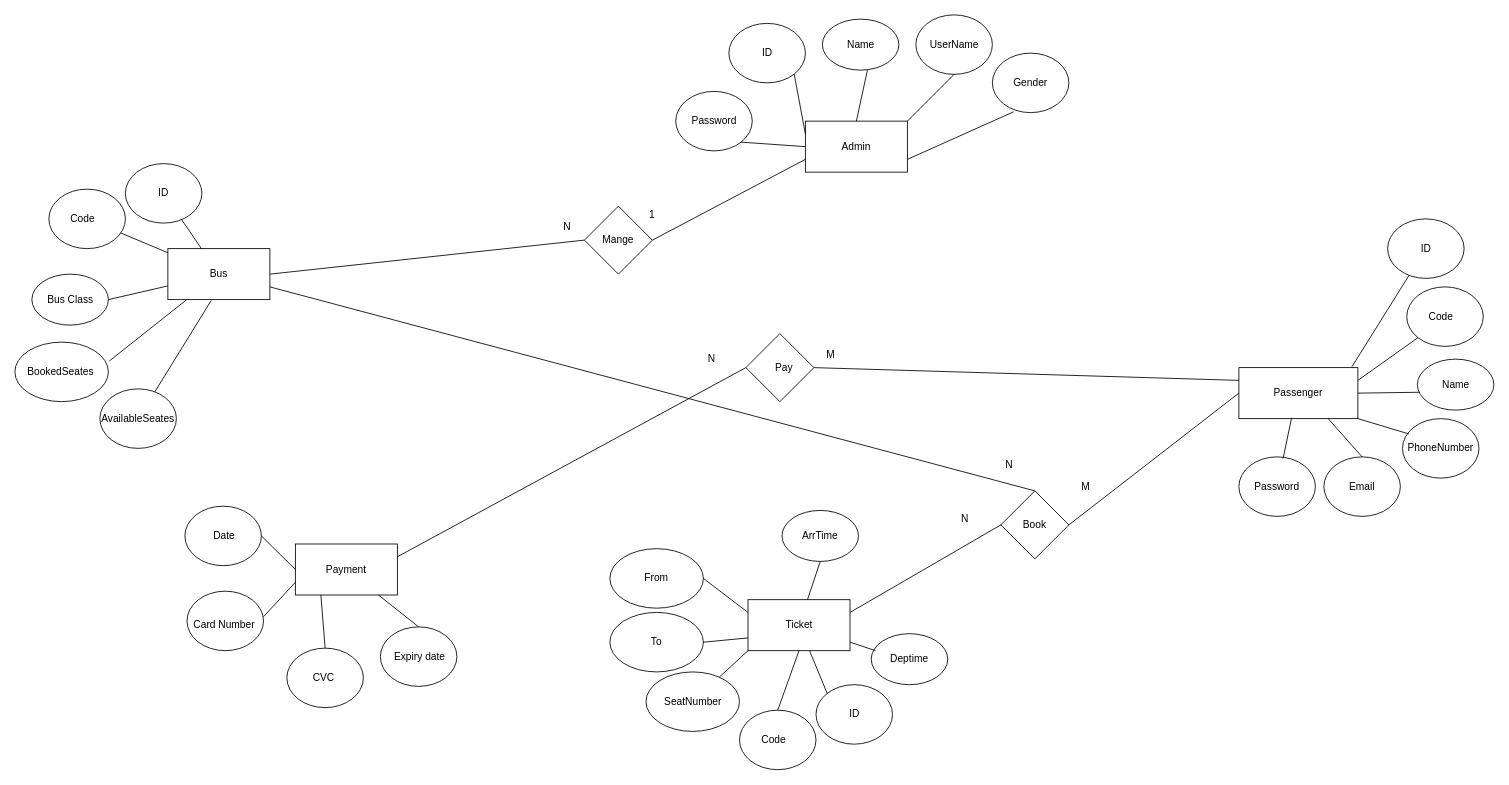
Earlier version of the draw.io diagram project/erd/new erd.drawio (MahmoudKhaled007/GoBus). Source tidied: cells renumbered, new cells numbered last; positions are measured from the earlier drawing's top-left corner, leaving out a move shared by most shapes. Both pictures are drawn from the tidied source at 85%, with x=0, y=0 at pixel (14, 14).
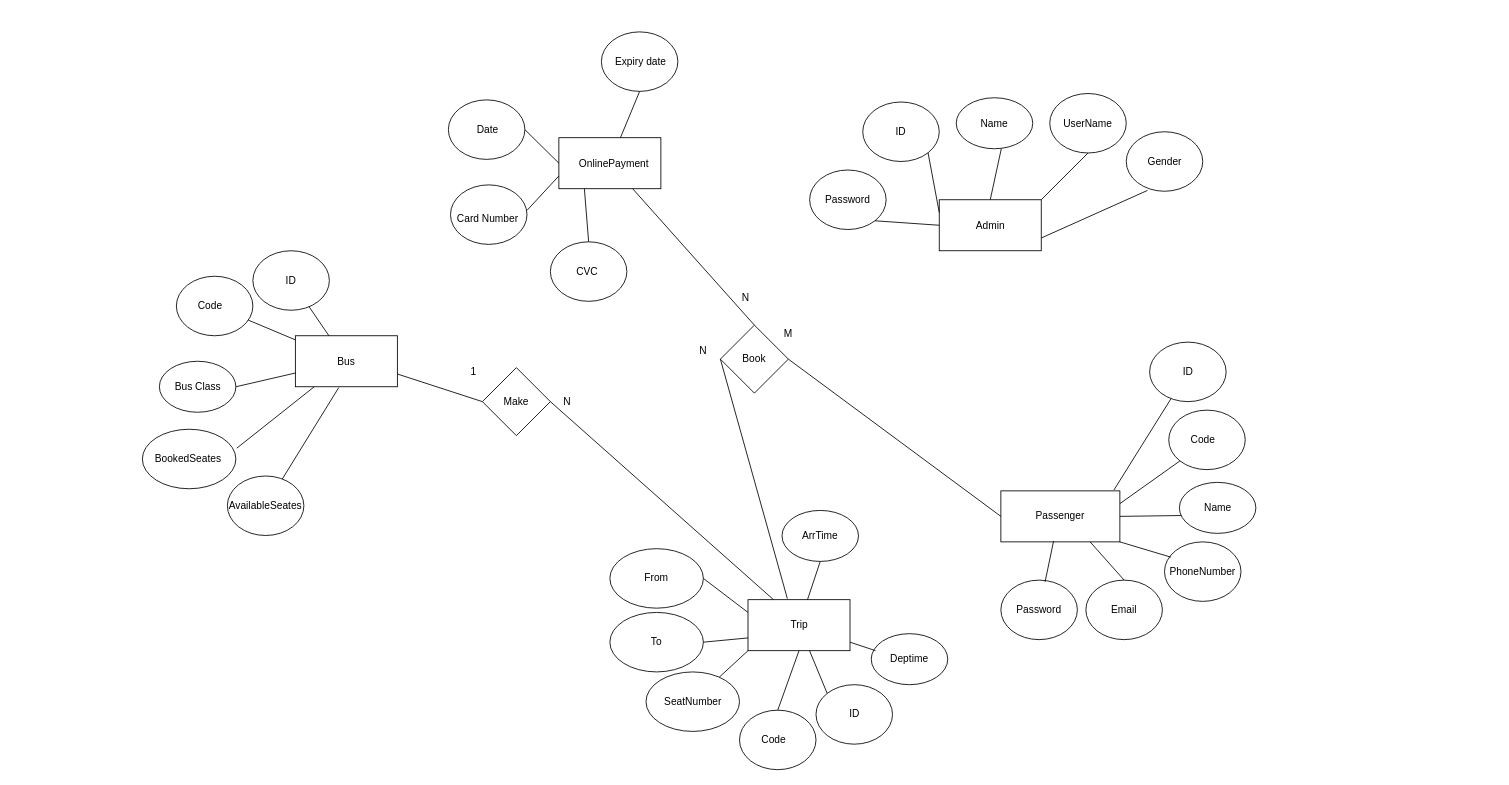
The same diagram, later.

Commit message (it also covers changes not shown here):
finall database and erd

The change refers to these unchanged cells:
```xml
<mxCell id="5" style="rounded=0;whiteSpace=wrap;html=1;" parent="1" vertex="1">
  <mxGeometry x="862.5" y="688" width="120" height="60" as="geometry" />
</mxCell>
```

What changed in the source:
```diff
@@
     <mxCell id="2" style="rounded=0;whiteSpace=wrap;html=1;" parent="1" vertex="1">
-      <mxGeometry x="930" y="125" width="120" height="60" as="geometry" />
+      <mxGeometry x="1087.5" y="217.5" width="120" height="60" as="geometry" />
     </mxCell>
     <mxCell id="3" style="rounded=0;whiteSpace=wrap;html=1;" parent="1" vertex="1">
-      <mxGeometry x="180" y="275" width="120" height="60" as="geometry" />
+      <mxGeometry x="330" y="377.5" width="120" height="60" as="geometry" />
     </mxCell>
     <mxCell id="4" style="rounded=0;whiteSpace=wrap;html=1;" parent="1" vertex="1">
-      <mxGeometry x="1440" y="415" width="140" height="60" as="geometry" />
+      <mxGeometry x="1160" y="560" width="140" height="60" as="geometry" />
     </mxCell>
@@
     <mxCell id="6" value="Bus&lt;br&gt;" style="text;html=1;strokeColor=none;fillColor=none;align=center;verticalAlign=middle;whiteSpace=wrap;rounded=0;" parent="1" vertex="1">
-      <mxGeometry x="220" y="295" width="40" height="20" as="geometry" />
+      <mxGeometry x="370" y="397.5" width="40" height="20" as="geometry" />
     </mxCell>
     <mxCell id="7" value="Passenger&lt;br&gt;" style="text;html=1;strokeColor=none;fillColor=none;align=center;verticalAlign=middle;whiteSpace=wrap;rounded=0;" parent="1" vertex="1">
-      <mxGeometry x="1490" y="435" width="40" height="20" as="geometry" />
+      <mxGeometry x="1210" y="580" width="40" height="20" as="geometry" />
     </mxCell>
     <mxCell id="8" value="Admin&lt;br&gt;" style="text;html=1;strokeColor=none;fillColor=none;align=center;verticalAlign=middle;whiteSpace=wrap;rounded=0;" parent="1" vertex="1">
-      <mxGeometry x="970" y="145" width="40" height="20" as="geometry" />
+      <mxGeometry x="1127.5" y="237.5" width="40" height="20" as="geometry" />
     </mxCell>
-    <mxCell id="9" value="Ticket&lt;br&gt;" style="text;html=1;strokeColor=none;fillColor=none;align=center;verticalAlign=middle;whiteSpace=wrap;rounded=0;" parent="1" vertex="1">
-      <mxGeometry x="902.5" y="708" width="40" height="20" as="geometry" />
-    </mxCell>
     <mxCell id="10" style="ellipse;whiteSpace=wrap;html=1;" parent="1" vertex="1">
-      <mxGeometry y="385" width="110" height="70" as="geometry" />
+      <mxGeometry x="150" y="487.5" width="110" height="70" as="geometry" />
     </mxCell>
     <mxCell id="11" style="ellipse;whiteSpace=wrap;html=1;" parent="1" vertex="1">
-      <mxGeometry x="20" y="305" width="90" height="60" as="geometry" />
+      <mxGeometry x="170" y="407.5" width="90" height="60" as="geometry" />
     </mxCell>
     <mxCell id="12" style="ellipse;whiteSpace=wrap;html=1;" parent="1" vertex="1">
-      <mxGeometry x="40" y="205" width="90" height="70" as="geometry" />
+      <mxGeometry x="190" y="307.5" width="90" height="70" as="geometry" />
     </mxCell>
     <mxCell id="13" style="ellipse;whiteSpace=wrap;html=1;" parent="1" vertex="1">
-      <mxGeometry x="130" y="175" width="90" height="70" as="geometry" />
+      <mxGeometry x="280" y="277.5" width="90" height="70" as="geometry" />
     </mxCell>
     <mxCell id="14" value="ID" style="text;html=1;strokeColor=none;fillColor=none;align=center;verticalAlign=middle;whiteSpace=wrap;rounded=0;" parent="1" vertex="1">
-      <mxGeometry x="155" y="200" width="40" height="20" as="geometry" />
+      <mxGeometry x="305" y="302.5" width="40" height="20" as="geometry" />
     </mxCell>
     <mxCell id="15" value="Code" style="text;html=1;strokeColor=none;fillColor=none;align=center;verticalAlign=middle;whiteSpace=wrap;rounded=0;" parent="1" vertex="1">
-      <mxGeometry x="60" y="230" width="40" height="20" as="geometry" />
+      <mxGeometry x="210" y="332.5" width="40" height="20" as="geometry" />
     </mxCell>
     <mxCell id="16" value="Bus Class" style="text;html=1;strokeColor=none;fillColor=none;align=center;verticalAlign=middle;whiteSpace=wrap;rounded=0;" parent="1" vertex="1">
-      <mxGeometry x="32.5" y="325" width="65" height="20" as="geometry" />
+      <mxGeometry x="182.5" y="427.5" width="65" height="20" as="geometry" />
     </mxCell>
     <mxCell id="17" value="BookedSeates" style="text;html=1;strokeColor=none;fillColor=none;align=center;verticalAlign=middle;whiteSpace=wrap;rounded=0;" parent="1" vertex="1">
-      <mxGeometry x="9" y="410" width="90" height="20" as="geometry" />
+      <mxGeometry x="159" y="512.5" width="90" height="20" as="geometry" />
     </mxCell>
     <mxCell id="18" style="ellipse;whiteSpace=wrap;html=1;" parent="1" vertex="1">
-      <mxGeometry x="100" y="440" width="90" height="70" as="geometry" />
+      <mxGeometry x="250" y="542.5" width="90" height="70" as="geometry" />
     </mxCell>
     <mxCell id="19" value="AvailableSeates" style="text;html=1;strokeColor=none;fillColor=none;align=center;verticalAlign=middle;whiteSpace=wrap;rounded=0;" parent="1" vertex="1">
-      <mxGeometry x="100" y="465" width="90" height="20" as="geometry" />
+      <mxGeometry x="250" y="567.5" width="90" height="20" as="geometry" />
     </mxCell>
@@
     <mxCell id="25" style="ellipse;whiteSpace=wrap;html=1;" parent="1" vertex="1">
-      <mxGeometry x="1650" y="405" width="90" height="60" as="geometry" />
+      <mxGeometry x="1370" y="550" width="90" height="60" as="geometry" />
     </mxCell>
     <mxCell id="26" style="ellipse;whiteSpace=wrap;html=1;" parent="1" vertex="1">
-      <mxGeometry x="1637.5" y="320" width="90" height="70" as="geometry" />
+      <mxGeometry x="1357.5" y="465" width="90" height="70" as="geometry" />
     </mxCell>
     <mxCell id="27" style="ellipse;whiteSpace=wrap;html=1;" parent="1" vertex="1">
-      <mxGeometry x="1615" y="240" width="90" height="70" as="geometry" />
+      <mxGeometry x="1335" y="385" width="90" height="70" as="geometry" />
     </mxCell>
     <mxCell id="28" value="ID" style="text;html=1;strokeColor=none;fillColor=none;align=center;verticalAlign=middle;whiteSpace=wrap;rounded=0;" parent="1" vertex="1">
-      <mxGeometry x="1642.5" y="265" width="35" height="20" as="geometry" />
+      <mxGeometry x="1362.5" y="410" width="35" height="20" as="geometry" />
     </mxCell>
     <mxCell id="29" value="Code" style="text;html=1;strokeColor=none;fillColor=none;align=center;verticalAlign=middle;whiteSpace=wrap;rounded=0;" parent="1" vertex="1">
-      <mxGeometry x="1657.5" y="345" width="40" height="20" as="geometry" />
+      <mxGeometry x="1377.5" y="490" width="40" height="20" as="geometry" />
     </mxCell>
     <mxCell id="30" value="Name" style="text;html=1;strokeColor=none;fillColor=none;align=center;verticalAlign=middle;whiteSpace=wrap;rounded=0;" parent="1" vertex="1">
-      <mxGeometry x="1662.5" y="425" width="65" height="20" as="geometry" />
+      <mxGeometry x="1382.5" y="570" width="65" height="20" as="geometry" />
     </mxCell>
     <mxCell id="31" style="ellipse;whiteSpace=wrap;html=1;" parent="1" vertex="1">
-      <mxGeometry x="1540" y="520" width="90" height="70" as="geometry" />
+      <mxGeometry x="1260" y="665" width="90" height="70" as="geometry" />
     </mxCell>
     <mxCell id="32" value="Email" style="text;html=1;strokeColor=none;fillColor=none;align=center;verticalAlign=middle;whiteSpace=wrap;rounded=0;" parent="1" vertex="1">
-      <mxGeometry x="1540" y="545" width="90" height="20" as="geometry" />
+      <mxGeometry x="1260" y="690" width="90" height="20" as="geometry" />
     </mxCell>
     <mxCell id="33" style="ellipse;whiteSpace=wrap;html=1;" parent="1" vertex="1">
-      <mxGeometry x="1440" y="520" width="90" height="70" as="geometry" />
+      <mxGeometry x="1160" y="665" width="90" height="70" as="geometry" />
     </mxCell>
     <mxCell id="34" value="Password" style="text;html=1;strokeColor=none;fillColor=none;align=center;verticalAlign=middle;whiteSpace=wrap;rounded=0;" parent="1" vertex="1">
-      <mxGeometry x="1440" y="545" width="90" height="20" as="geometry" />
+      <mxGeometry x="1160" y="690" width="90" height="20" as="geometry" />
     </mxCell>
     <mxCell id="35" style="ellipse;whiteSpace=wrap;html=1;" parent="1" vertex="1">
-      <mxGeometry x="1632.5" y="475" width="90" height="70" as="geometry" />
+      <mxGeometry x="1352.5" y="620" width="90" height="70" as="geometry" />
     </mxCell>
     <mxCell id="36" value="PhoneNumber" style="text;html=1;strokeColor=none;fillColor=none;align=center;verticalAlign=middle;whiteSpace=wrap;rounded=0;" parent="1" vertex="1">
-      <mxGeometry x="1645" y="500" width="65" height="20" as="geometry" />
+      <mxGeometry x="1365" y="645" width="65" height="20" as="geometry" />
     </mxCell>
@@
     <mxCell id="55" style="ellipse;whiteSpace=wrap;html=1;" parent="1" vertex="1">
-      <mxGeometry x="950" y="5" width="90" height="60" as="geometry" />
+      <mxGeometry x="1107.5" y="97.5" width="90" height="60" as="geometry" />
     </mxCell>
     <mxCell id="56" style="ellipse;whiteSpace=wrap;html=1;" parent="1" vertex="1">
-      <mxGeometry x="840" y="10" width="90" height="70" as="geometry" />
+      <mxGeometry x="997.5" y="102.5" width="90" height="70" as="geometry" />
     </mxCell>
     <mxCell id="57" value="ID" style="text;html=1;strokeColor=none;fillColor=none;align=center;verticalAlign=middle;whiteSpace=wrap;rounded=0;" parent="1" vertex="1">
-      <mxGeometry x="867.5" y="35" width="35" height="20" as="geometry" />
+      <mxGeometry x="1025" y="127.5" width="35" height="20" as="geometry" />
     </mxCell>
     <mxCell id="58" value="Name" style="text;html=1;strokeColor=none;fillColor=none;align=center;verticalAlign=middle;whiteSpace=wrap;rounded=0;" parent="1" vertex="1">
-      <mxGeometry x="962.5" y="25" width="65" height="20" as="geometry" />
+      <mxGeometry x="1120" y="117.5" width="65" height="20" as="geometry" />
     </mxCell>
     <mxCell id="59" style="ellipse;whiteSpace=wrap;html=1;" parent="1" vertex="1">
-      <mxGeometry x="1150" y="45" width="90" height="70" as="geometry" />
+      <mxGeometry x="1307.5" y="137.5" width="90" height="70" as="geometry" />
     </mxCell>
     <mxCell id="60" value="Gender" style="text;html=1;strokeColor=none;fillColor=none;align=center;verticalAlign=middle;whiteSpace=wrap;rounded=0;" parent="1" vertex="1">
-      <mxGeometry x="1150" y="70" width="90" height="20" as="geometry" />
+      <mxGeometry x="1307.5" y="162.5" width="90" height="20" as="geometry" />
     </mxCell>
     <mxCell id="61" style="ellipse;whiteSpace=wrap;html=1;" parent="1" vertex="1">
-      <mxGeometry x="777.5" y="90" width="90" height="70" as="geometry" />
+      <mxGeometry x="935" y="182.5" width="90" height="70" as="geometry" />
     </mxCell>
     <mxCell id="62" value="Password" style="text;html=1;strokeColor=none;fillColor=none;align=center;verticalAlign=middle;whiteSpace=wrap;rounded=0;" parent="1" vertex="1">
-      <mxGeometry x="777.5" y="115" width="90" height="20" as="geometry" />
+      <mxGeometry x="935" y="207.5" width="90" height="20" as="geometry" />
     </mxCell>
     <mxCell id="63" style="ellipse;whiteSpace=wrap;html=1;" parent="1" vertex="1">
-      <mxGeometry x="1060" width="90" height="70" as="geometry" />
+      <mxGeometry x="1217.5" y="92.5" width="90" height="70" as="geometry" />
     </mxCell>
     <mxCell id="64" value="UserName" style="text;html=1;strokeColor=none;fillColor=none;align=center;verticalAlign=middle;whiteSpace=wrap;rounded=0;" parent="1" vertex="1">
-      <mxGeometry x="1072.5" y="25" width="65" height="20" as="geometry" />
+      <mxGeometry x="1230" y="117.5" width="65" height="20" as="geometry" />
     </mxCell>
@@
     <mxCell id="70" style="rhombus;whiteSpace=wrap;html=1;" parent="1" vertex="1">
-      <mxGeometry x="1160" y="560" width="80" height="80" as="geometry" />
+      <mxGeometry x="550" y="415" width="80" height="80" as="geometry" />
     </mxCell>
-    <mxCell id="71" value="Book" style="text;html=1;strokeColor=none;fillColor=none;align=center;verticalAlign=middle;whiteSpace=wrap;rounded=0;" parent="1" vertex="1">
-      <mxGeometry x="1180" y="590" width="40" height="20" as="geometry" />
+    <mxCell id="71" value="Make" style="text;html=1;strokeColor=none;fillColor=none;align=center;verticalAlign=middle;whiteSpace=wrap;rounded=0;" parent="1" vertex="1">
+      <mxGeometry x="570" y="445" width="40" height="20" as="geometry" />
     </mxCell>
-    <mxCell id="72" style="endArrow=none;html=1;entryX=0;entryY=0.5;entryDx=0;entryDy=0;exitX=1;exitY=0.5;exitDx=0;exitDy=0;" parent="1" edge="1" source="70" target="4">
-      <mxGeometry relative="1" as="geometry" />
-    </mxCell>
-    <mxCell id="73" style="endArrow=none;html=1;entryX=0;entryY=0.5;entryDx=0;entryDy=0;exitX=1;exitY=0.25;exitDx=0;exitDy=0;" parent="1" edge="1" source="5" target="70">
-      <mxGeometry relative="1" as="geometry" />
-    </mxCell>
-    <mxCell id="74" value="M" style="text;html=1;strokeColor=none;fillColor=none;align=center;verticalAlign=middle;whiteSpace=wrap;rounded=0;" parent="1" vertex="1">
-      <mxGeometry x="1240" y="545" width="40" height="20" as="geometry" />
-    </mxCell>
     <mxCell id="75" value="N" style="text;html=1;strokeColor=none;fillColor=none;align=center;verticalAlign=middle;whiteSpace=wrap;rounded=0;" parent="1" vertex="1">
-      <mxGeometry x="1097.5" y="583" width="40" height="20" as="geometry" />
+      <mxGeometry x="630" y="445" width="40" height="20" as="geometry" />
     </mxCell>
     <mxCell id="76" style="rounded=0;whiteSpace=wrap;html=1;" parent="1" vertex="1">
-      <mxGeometry x="330" y="622.5" width="120" height="60" as="geometry" />
+      <mxGeometry x="640" y="144.5" width="120" height="60" as="geometry" />
     </mxCell>
-    <mxCell id="77" value="Payment" style="text;html=1;strokeColor=none;fillColor=none;align=center;verticalAlign=middle;whiteSpace=wrap;rounded=0;" parent="1" vertex="1">
-      <mxGeometry x="370" y="642.5" width="40" height="20" as="geometry" />
+    <mxCell id="77" value="OnlinePayment" style="text;html=1;strokeColor=none;fillColor=none;align=center;verticalAlign=middle;whiteSpace=wrap;rounded=0;" parent="1" vertex="1">
+      <mxGeometry x="660" y="164.5" width="90" height="20" as="geometry" />
     </mxCell>
     <mxCell id="78" style="ellipse;whiteSpace=wrap;html=1;" parent="1" vertex="1">
-      <mxGeometry x="202.5" y="678" width="90" height="70" as="geometry" />
+      <mxGeometry x="512.5" y="200" width="90" height="70" as="geometry" />
     </mxCell>
     <mxCell id="79" value="Card Number" style="text;html=1;strokeColor=none;fillColor=none;align=center;verticalAlign=middle;whiteSpace=wrap;rounded=0;" parent="1" vertex="1">
-      <mxGeometry x="200" y="708" width="92.5" height="20" as="geometry" />
+      <mxGeometry x="510" y="230" width="92.5" height="20" as="geometry" />
     </mxCell>
     <mxCell id="80" style="ellipse;whiteSpace=wrap;html=1;" parent="1" vertex="1">
-      <mxGeometry x="320" y="745" width="90" height="70" as="geometry" />
+      <mxGeometry x="630" y="267" width="90" height="70" as="geometry" />
     </mxCell>
     <mxCell id="81" value="CVC&lt;span style=&quot;white-space: pre&quot;&gt;&#9;&lt;/span&gt;" style="text;html=1;strokeColor=none;fillColor=none;align=center;verticalAlign=middle;whiteSpace=wrap;rounded=0;" parent="1" vertex="1">
-      <mxGeometry x="360" y="770" width="35" height="20" as="geometry" />
+      <mxGeometry x="670" y="292" width="35" height="20" as="geometry" />
     </mxCell>
     <mxCell id="82" style="ellipse;whiteSpace=wrap;html=1;" parent="1" vertex="1">
-      <mxGeometry x="430" y="720" width="90" height="70" as="geometry" />
+      <mxGeometry x="690" y="20" width="90" height="70" as="geometry" />
     </mxCell>
     <mxCell id="83" value="Expiry date" style="text;html=1;strokeColor=none;fillColor=none;align=center;verticalAlign=middle;whiteSpace=wrap;rounded=0;" parent="1" vertex="1">
-      <mxGeometry x="445" y="745" width="62.5" height="20" as="geometry" />
+      <mxGeometry x="705" y="45" width="62.5" height="20" as="geometry" />
     </mxCell>
     <mxCell id="84" style="ellipse;whiteSpace=wrap;html=1;" parent="1" vertex="1">
-      <mxGeometry x="200" y="578" width="90" height="70" as="geometry" />
+      <mxGeometry x="510" y="100" width="90" height="70" as="geometry" />
     </mxCell>
     <mxCell id="85" value="Date" style="text;html=1;strokeColor=none;fillColor=none;align=center;verticalAlign=middle;whiteSpace=wrap;rounded=0;" parent="1" vertex="1">
-      <mxGeometry x="215" y="603" width="62.5" height="20" as="geometry" />
+      <mxGeometry x="525" y="125" width="62.5" height="20" as="geometry" />
     </mxCell>
@@
-    <mxCell id="87" style="endArrow=none;html=1;entryX=0.5;entryY=0;entryDx=0;entryDy=0;" parent="1" edge="1" source="76" target="82">
+    <mxCell id="87" style="endArrow=none;html=1;entryX=0.5;entryY=1;entryDx=0;entryDy=0;" parent="1" edge="1" source="76" target="82">
       <mxGeometry relative="1" as="geometry" />
     </mxCell>
@@
-    <mxCell id="90" style="rhombus;whiteSpace=wrap;html=1;" parent="1" vertex="1">
-      <mxGeometry x="860" y="375" width="80" height="80" as="geometry" />
-    </mxCell>
-    <mxCell id="91" value="Pay" style="text;html=1;strokeColor=none;fillColor=none;align=center;verticalAlign=middle;whiteSpace=wrap;rounded=0;" parent="1" vertex="1">
-      <mxGeometry x="885" y="405" width="40" height="20" as="geometry" />
-    </mxCell>
-    <mxCell id="92" style="endArrow=none;html=1;exitX=1;exitY=0.5;exitDx=0;exitDy=0;entryX=0;entryY=0.25;entryDx=0;entryDy=0;" parent="1" edge="1" source="90" target="4">
-      <mxGeometry relative="1" as="geometry" />
-    </mxCell>
-    <mxCell id="93" style="endArrow=none;html=1;entryX=0;entryY=0.5;entryDx=0;entryDy=0;exitX=1;exitY=0.25;exitDx=0;exitDy=0;" parent="1" edge="1" source="76" target="90">
+    <mxCell id="93" style="endArrow=none;html=1;entryX=0.5;entryY=0;entryDx=0;entryDy=0;" parent="1" edge="1" source="76" target="114">
       <mxGeometry relative="1" as="geometry" />
     </mxCell>
@@
-    <mxCell id="100" style="rhombus;whiteSpace=wrap;html=1;" parent="1" vertex="1">
-      <mxGeometry x="670" y="225" width="80" height="80" as="geometry" />
-    </mxCell>
-    <mxCell id="101" value="Mange" style="text;html=1;strokeColor=none;fillColor=none;align=center;verticalAlign=middle;whiteSpace=wrap;rounded=0;" parent="1" vertex="1">
-      <mxGeometry x="690" y="255" width="40" height="20" as="geometry" />
-    </mxCell>
-    <mxCell id="102" value="1" style="text;html=1;strokeColor=none;fillColor=none;align=center;verticalAlign=middle;whiteSpace=wrap;rounded=0;" parent="1" vertex="1">
-      <mxGeometry x="730" y="225" width="40" height="20" as="geometry" />
-    </mxCell>
-    <mxCell id="103" style="endArrow=none;html=1;entryX=0;entryY=0.5;entryDx=0;entryDy=0;exitX=1;exitY=0.5;exitDx=0;exitDy=0;" parent="1" edge="1" source="3" target="100">
-      <mxGeometry relative="1" as="geometry" />
-    </mxCell>
-    <mxCell id="104" style="endArrow=none;html=1;entryX=0;entryY=0.75;entryDx=0;entryDy=0;exitX=1;exitY=0.5;exitDx=0;exitDy=0;" parent="1" edge="1" source="100" target="2">
-      <mxGeometry relative="1" as="geometry" />
-    </mxCell>
-    <mxCell id="105" value="N" style="text;html=1;strokeColor=none;fillColor=none;align=center;verticalAlign=middle;whiteSpace=wrap;rounded=0;" parent="1" vertex="1">
-      <mxGeometry x="630" y="240" width="40" height="20" as="geometry" />
-    </mxCell>
-    <mxCell id="106" style="endArrow=none;html=1;exitX=1;exitY=0.75;exitDx=0;exitDy=0;entryX=0.5;entryY=0;entryDx=0;entryDy=0;" parent="1" edge="1" source="3" target="70">
+    <mxCell id="106" style="endArrow=none;html=1;exitX=1;exitY=0.75;exitDx=0;exitDy=0;entryX=0;entryY=0.5;entryDx=0;entryDy=0;" parent="1" edge="1" source="3" target="70">
       <mxGeometry relative="1" as="geometry" />
     </mxCell>
-    <mxCell id="107" value="N" style="text;html=1;strokeColor=none;fillColor=none;align=center;verticalAlign=middle;whiteSpace=wrap;rounded=0;" parent="1" vertex="1">
-      <mxGeometry x="1150" y="520" width="40" height="20" as="geometry" />
+    <mxCell id="107" value="1" style="text;html=1;strokeColor=none;fillColor=none;align=center;verticalAlign=middle;whiteSpace=wrap;rounded=0;" parent="1" vertex="1">
+      <mxGeometry x="520" y="410" width="40" height="20" as="geometry" />
     </mxCell>
@@
-    <mxCell id="111" value="M" style="text;html=1;strokeColor=none;fillColor=none;align=center;verticalAlign=middle;whiteSpace=wrap;rounded=0;" parent="1" vertex="1">
-      <mxGeometry x="940" y="390" width="40" height="20" as="geometry" />
-    </mxCell>
-    <mxCell id="112" value="N" style="text;html=1;strokeColor=none;fillColor=none;align=center;verticalAlign=middle;whiteSpace=wrap;rounded=0;" parent="1" vertex="1">
-      <mxGeometry x="800" y="395" width="40" height="20" as="geometry" />
-    </mxCell>
+    <mxCell id="113" value="Trip" style="text;html=1;strokeColor=none;fillColor=none;align=center;verticalAlign=middle;whiteSpace=wrap;rounded=0;" parent="1" vertex="1">
+      <mxGeometry x="902.5" y="708" width="40" height="20" as="geometry" />
+    </mxCell>
+    <mxCell id="73" style="endArrow=none;html=1;entryX=1;entryY=0.5;entryDx=0;entryDy=0;exitX=0.25;exitY=0;exitDx=0;exitDy=0;" parent="1" edge="1" source="5" target="70">
+      <mxGeometry relative="1" as="geometry" />
+    </mxCell>
+    <mxCell id="114" style="rhombus;whiteSpace=wrap;html=1;" parent="1" vertex="1">
+      <mxGeometry x="830" y="365" width="80" height="80" as="geometry" />
+    </mxCell>
+    <mxCell id="115" value="Book" style="text;html=1;strokeColor=none;fillColor=none;align=center;verticalAlign=middle;whiteSpace=wrap;rounded=0;" parent="1" vertex="1">
+      <mxGeometry x="850" y="395" width="40" height="20" as="geometry" />
+    </mxCell>
+    <mxCell id="116" value="N" style="text;html=1;strokeColor=none;fillColor=none;align=center;verticalAlign=middle;whiteSpace=wrap;rounded=0;" parent="1" vertex="1">
+      <mxGeometry x="790" y="385" width="40" height="20" as="geometry" />
+    </mxCell>
+    <mxCell id="117" value="M" style="text;html=1;strokeColor=none;fillColor=none;align=center;verticalAlign=middle;whiteSpace=wrap;rounded=0;" parent="1" vertex="1">
+      <mxGeometry x="890" y="365" width="40" height="20" as="geometry" />
+    </mxCell>
+    <mxCell id="118" style="endArrow=none;html=1;exitX=0.386;exitY=-0.02;exitDx=0;exitDy=0;entryX=0;entryY=0.5;entryDx=0;entryDy=0;exitPerimeter=0;" parent="1" edge="1" source="5" target="114">
+      <mxGeometry relative="1" as="geometry" />
+    </mxCell>
+    <mxCell id="119" style="endArrow=none;html=1;entryX=0;entryY=0.5;entryDx=0;entryDy=0;exitX=1;exitY=0.5;exitDx=0;exitDy=0;" parent="1" edge="1" source="114" target="4">
+      <mxGeometry relative="1" as="geometry" />
+    </mxCell>
+    <mxCell id="120" value="N" style="text;html=1;strokeColor=none;fillColor=none;align=center;verticalAlign=middle;whiteSpace=wrap;rounded=0;" parent="1" vertex="1">
+      <mxGeometry x="840" y="322.5" width="40" height="20" as="geometry" />
+    </mxCell>
```
